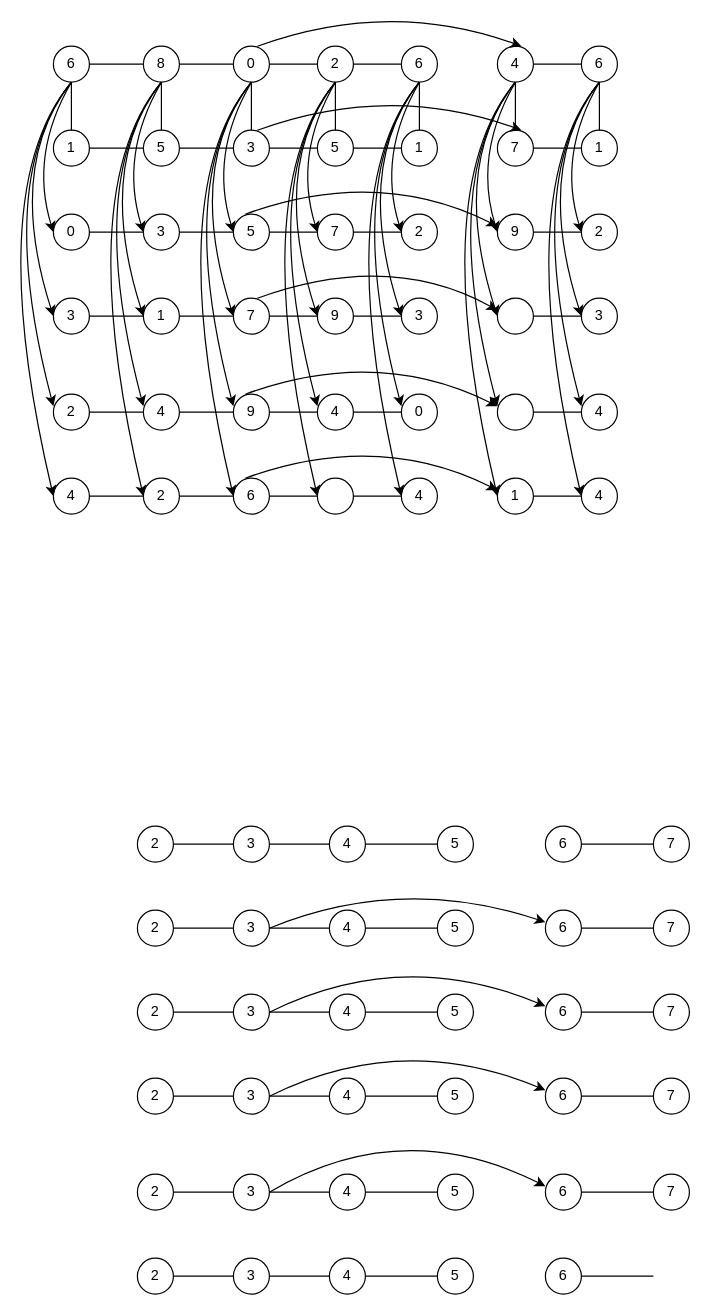
Earlier version of the draw.io diagram Untitled Diagram.drawio (baidi-mannan/basic-tkinter-network). Source tidied: cells renumbered, new cells numbered last; positions are measured from the earlier drawing's top-left corner, leaving out a move shared by most shapes. Both pictures are drawn from the tidied source at 120%, with x=0, y=0 at pixel (-19, -2).
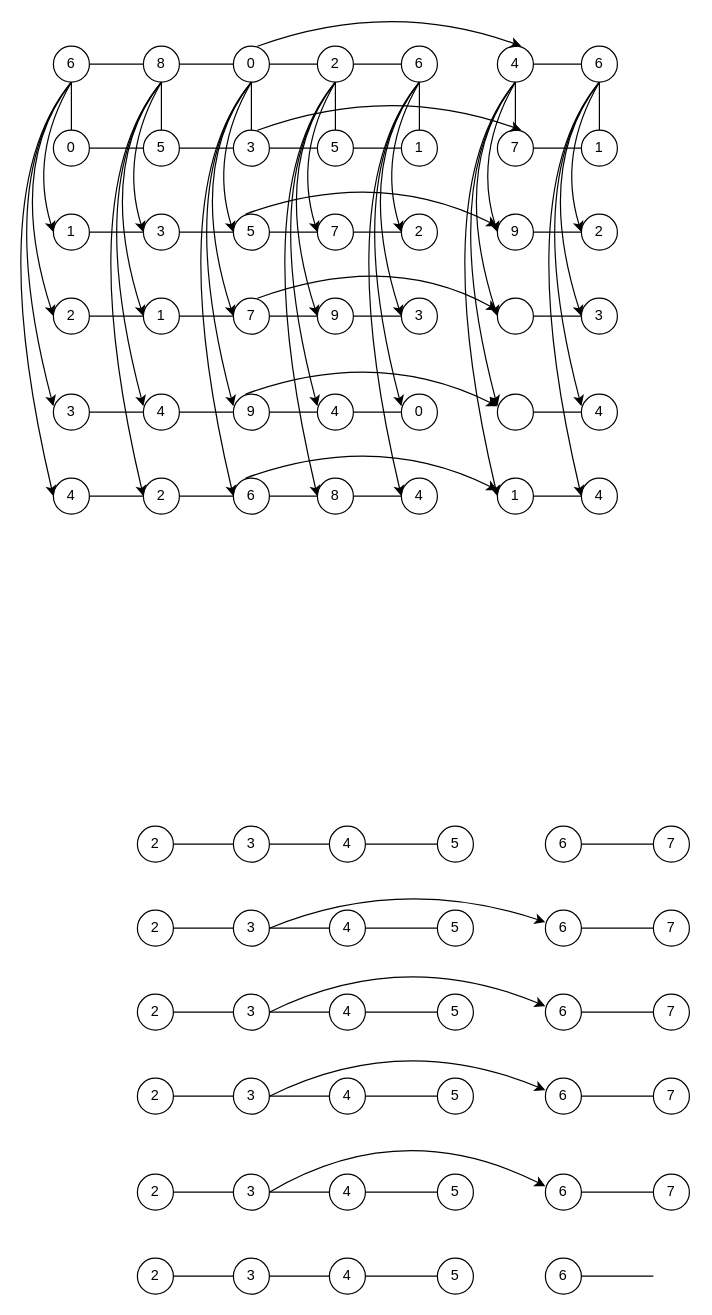
The same diagram, later.

What changed in the source:
```diff
@@
-    <mxCell id="4" value="1" style="ellipse;whiteSpace=wrap;html=1;" parent="1" vertex="1">
+    <mxCell id="4" value="0" style="ellipse;whiteSpace=wrap;html=1;" parent="1" vertex="1">
       <mxGeometry x="60" y="110" width="30" height="30" as="geometry" />
     </mxCell>
@@
-    <mxCell id="6" value="0" style="ellipse;whiteSpace=wrap;html=1;" parent="1" vertex="1">
+    <mxCell id="6" value="1" style="ellipse;whiteSpace=wrap;html=1;" parent="1" vertex="1">
       <mxGeometry x="60" y="180" width="30" height="30" as="geometry" />
     </mxCell>
@@
-    <mxCell id="8" value="3" style="ellipse;whiteSpace=wrap;html=1;" parent="1" vertex="1">
+    <mxCell id="8" value="2" style="ellipse;whiteSpace=wrap;html=1;" parent="1" vertex="1">
       <mxGeometry x="60" y="250" width="30" height="30" as="geometry" />
     </mxCell>
@@
-    <mxCell id="10" value="2" style="ellipse;whiteSpace=wrap;html=1;" parent="1" vertex="1">
+    <mxCell id="10" value="3" style="ellipse;whiteSpace=wrap;html=1;" parent="1" vertex="1">
       <mxGeometry x="60" y="330" width="30" height="30" as="geometry" />
     </mxCell>
@@
-    <mxCell id="130" style="ellipse;whiteSpace=wrap;html=1;" parent="1" vertex="1">
+    <mxCell id="130" value="8" style="ellipse;whiteSpace=wrap;html=1;" parent="1" vertex="1">
       <mxGeometry x="280" y="400" width="30" height="30" as="geometry" />
     </mxCell>
```
